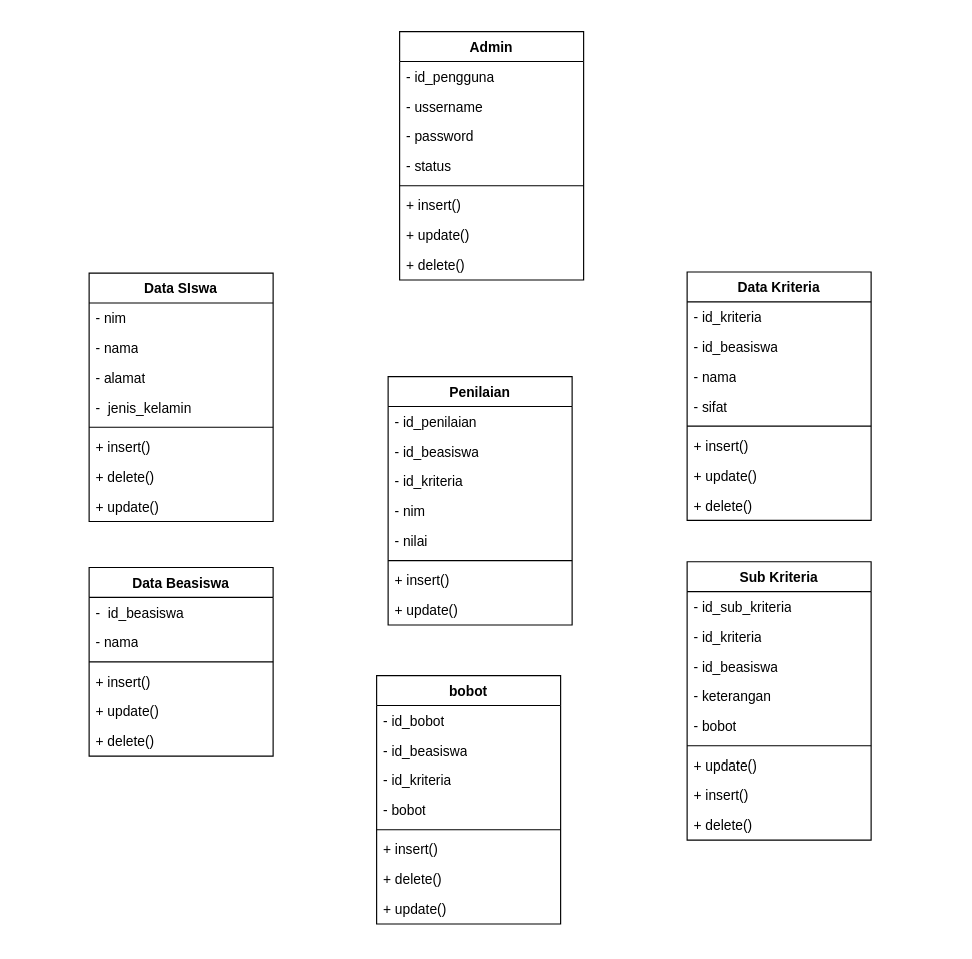
Before: Diagram Tanpa Judul.drawio in ocawidiahara/oca-web-pertama, a draw.io diagram. Source tidied: cells renumbered, new cells numbered last; positions are measured from the earlier drawing's top-left corner, leaving out a move shared by most shapes. Both pictures are drawn from the tidied source at 115%, with x=0, y=0 at pixel (89, 31).
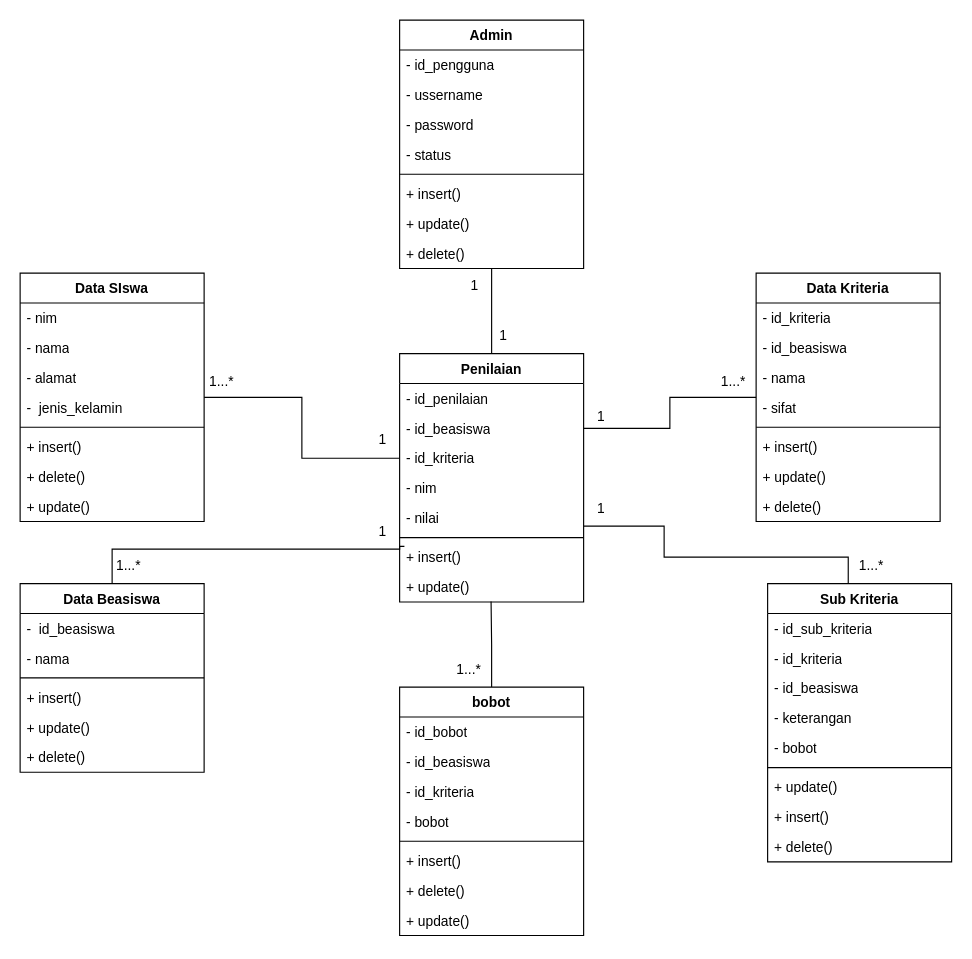
The same page after the edit.

The change refers to these unchanged cells:
```xml
<mxCell id="48" value="- id_beasiswa" style="text;strokeColor=none;fillColor=none;align=left;verticalAlign=top;spacingLeft=4;spacingRight=4;overflow=hidden;points=[[0,0.5],[1,0.5]];portConstraint=eastwest;whiteSpace=wrap;html=1;" parent="46" vertex="1">
  <mxGeometry y="52" width="160" height="26" as="geometry" />
</mxCell>
<mxCell id="49" value="- id_kriteria&amp;nbsp;" style="text;strokeColor=none;fillColor=none;align=left;verticalAlign=top;spacingLeft=4;spacingRight=4;overflow=hidden;points=[[0,0.5],[1,0.5]];portConstraint=eastwest;whiteSpace=wrap;html=1;" parent="46" vertex="1">
  <mxGeometry y="78" width="160" height="26" as="geometry" />
</mxCell>
<mxCell id="53" value="+ insert()" style="text;strokeColor=none;fillColor=none;align=left;verticalAlign=top;spacingLeft=4;spacingRight=4;overflow=hidden;points=[[0,0.5],[1,0.5]];portConstraint=eastwest;whiteSpace=wrap;html=1;" parent="46" vertex="1">
  <mxGeometry y="164" width="160" height="26" as="geometry" />
</mxCell>
<mxCell id="54" value="+ update()" style="text;strokeColor=none;fillColor=none;align=left;verticalAlign=top;spacingLeft=4;spacingRight=4;overflow=hidden;points=[[0,0.5],[1,0.5]];portConstraint=eastwest;whiteSpace=wrap;html=1;" parent="46" vertex="1">
  <mxGeometry y="190" width="160" height="26" as="geometry" />
</mxCell>
```

Change to the diagram source:
```diff
@@
+    <mxCell id="64" style="edgeStyle=orthogonalEdgeStyle;rounded=0;jettySize=auto;html=1;endArrow=none;startFill=0;" parent="1" edge="1" source="2" target="46">
+      <mxGeometry relative="1" as="geometry" />
+    </mxCell>
     <mxCell id="2" value="Admin" style="swimlane;fontStyle=1;align=center;verticalAlign=top;horizontal=1;startSize=26;whiteSpace=wrap;html=1;" parent="1" vertex="1">
-      <mxGeometry x="270" width="160" height="216" as="geometry" />
+      <mxGeometry x="270" y="-10" width="160" height="216" as="geometry" />
     </mxCell>
@@
+    <mxCell id="65" style="edgeStyle=orthogonalEdgeStyle;rounded=0;jettySize=auto;html=1;entryX=0.026;entryY=0.138;entryDx=0;entryDy=0;entryPerimeter=0;endArrow=none;startFill=0;" parent="1" edge="1" source="11" target="53">
+      <mxGeometry relative="1" as="geometry">
+        <Array as="points">
+          <mxPoint x="20" y="450" />
+          <mxPoint x="270" y="450" />
+          <mxPoint x="270" y="448" />
+        </Array>
+      </mxGeometry>
+    </mxCell>
     <mxCell id="11" value="Data Beasiswa" style="swimlane;fontStyle=1;align=center;verticalAlign=top;horizontal=1;startSize=26;whiteSpace=wrap;html=1;" parent="1" vertex="1">
-      <mxGeometry y="466" width="160" height="164" as="geometry" />
+      <mxGeometry x="-60" y="480" width="160" height="164" as="geometry" />
     </mxCell>
@@
+    <mxCell id="66" style="edgeStyle=orthogonalEdgeStyle;rounded=0;jettySize=auto;html=1;entryX=0;entryY=0.5;entryDx=0;entryDy=0;endArrow=none;startFill=0;" parent="1" edge="1" source="18" target="49">
+      <mxGeometry relative="1" as="geometry" />
+    </mxCell>
     <mxCell id="18" value="Data SIswa" style="swimlane;fontStyle=1;align=center;verticalAlign=top;horizontal=1;startSize=26;whiteSpace=wrap;html=1;" parent="1" vertex="1">
-      <mxGeometry y="210" width="160" height="216" as="geometry" />
+      <mxGeometry x="-60" y="210" width="160" height="216" as="geometry" />
     </mxCell>
@@
+    <mxCell id="67" style="edgeStyle=orthogonalEdgeStyle;rounded=0;jettySize=auto;html=1;entryX=1;entryY=0.5;entryDx=0;entryDy=0;endArrow=none;startFill=0;" parent="1" edge="1" source="27" target="48">
+      <mxGeometry relative="1" as="geometry" />
+    </mxCell>
     <mxCell id="27" value="Data Kriteria" style="swimlane;fontStyle=1;align=center;verticalAlign=top;horizontal=1;startSize=26;whiteSpace=wrap;html=1;" parent="1" vertex="1">
-      <mxGeometry x="520" y="209" width="160" height="216" as="geometry" />
+      <mxGeometry x="580" y="210" width="160" height="216" as="geometry" />
     </mxCell>
@@
+    <mxCell id="68" style="edgeStyle=orthogonalEdgeStyle;rounded=0;orthogonalLoop=1;jettySize=auto;html=1;entryX=1;entryY=0.5;entryDx=0;entryDy=0;endArrow=none;startFill=0;" parent="1" edge="1">
+      <mxGeometry relative="1" as="geometry">
+        <mxPoint x="660.1" y="487" as="sourcePoint" />
+        <mxPoint x="430" y="430" as="targetPoint" />
+        <Array as="points">
+          <mxPoint x="660" y="457" />
+          <mxPoint x="500" y="457" />
+          <mxPoint x="500" y="430" />
+        </Array>
+      </mxGeometry>
+    </mxCell>
     <mxCell id="36" value="Sub Kriteria" style="swimlane;fontStyle=1;align=center;verticalAlign=top;horizontal=1;startSize=26;whiteSpace=wrap;html=1;" parent="1" vertex="1">
-      <mxGeometry x="520" y="461" width="160" height="242" as="geometry" />
+      <mxGeometry x="590" y="480" width="160" height="242" as="geometry" />
     </mxCell>
@@
     <mxCell id="46" value="Penilaian" style="swimlane;fontStyle=1;align=center;verticalAlign=top;horizontal=1;startSize=26;whiteSpace=wrap;html=1;" parent="1" vertex="1">
-      <mxGeometry x="260" y="300" width="160" height="216" as="geometry" />
+      <mxGeometry x="270" y="280" width="160" height="216" as="geometry" />
     </mxCell>
@@
     <mxCell id="55" value="bobot" style="swimlane;fontStyle=1;align=center;verticalAlign=top;horizontal=1;startSize=26;whiteSpace=wrap;html=1;" parent="1" vertex="1">
-      <mxGeometry x="250" y="560" width="160" height="216" as="geometry" />
+      <mxGeometry x="270" y="570" width="160" height="216" as="geometry" />
     </mxCell>
@@
+    <mxCell id="69" style="edgeStyle=orthogonalEdgeStyle;rounded=0;jettySize=auto;html=1;entryX=0.497;entryY=0.984;entryDx=0;entryDy=0;entryPerimeter=0;endArrow=none;startFill=0;" parent="1" edge="1" source="55" target="54">
+      <mxGeometry relative="1" as="geometry" />
+    </mxCell>
+    <mxCell id="70" value="1" style="text;html=1;align=center;verticalAlign=middle;strokeColor=none;fillColor=none;" parent="1" vertex="1">
+      <mxGeometry x="345" y="250" width="30" height="30" as="geometry" />
+    </mxCell>
+    <mxCell id="71" value="1" style="text;html=1;align=center;verticalAlign=middle;strokeColor=none;fillColor=none;" parent="1" vertex="1">
+      <mxGeometry x="240" y="340" width="30" height="30" as="geometry" />
+    </mxCell>
+    <mxCell id="72" value="1...*" style="text;html=1;align=center;verticalAlign=middle;strokeColor=none;fillColor=none;" parent="1" vertex="1">
+      <mxGeometry x="95" y="290" width="40" height="30" as="geometry" />
+    </mxCell>
+    <mxCell id="73" value="1...*" style="text;html=1;align=center;verticalAlign=middle;strokeColor=none;fillColor=none;" parent="1" vertex="1">
+      <mxGeometry x="14" y="450" width="40" height="30" as="geometry" />
+    </mxCell>
+    <mxCell id="74" value="1" style="text;html=1;align=center;verticalAlign=middle;strokeColor=none;fillColor=none;" parent="1" vertex="1">
+      <mxGeometry x="240" y="420" width="30" height="30" as="geometry" />
+    </mxCell>
+    <mxCell id="75" value="1" style="text;html=1;align=center;verticalAlign=middle;strokeColor=none;fillColor=none;" parent="1" vertex="1">
+      <mxGeometry x="430" y="320" width="30" height="30" as="geometry" />
+    </mxCell>
+    <mxCell id="76" value="1" style="text;html=1;align=center;verticalAlign=middle;strokeColor=none;fillColor=none;" parent="1" vertex="1">
+      <mxGeometry x="430" y="400" width="30" height="30" as="geometry" />
+    </mxCell>
+    <mxCell id="77" value="1...*" style="text;html=1;align=center;verticalAlign=middle;strokeColor=none;fillColor=none;" parent="1" vertex="1">
+      <mxGeometry x="310" y="540" width="40" height="30" as="geometry" />
+    </mxCell>
+    <mxCell id="78" value="1...*" style="text;html=1;align=center;verticalAlign=middle;strokeColor=none;fillColor=none;" parent="1" vertex="1">
+      <mxGeometry x="660" y="450" width="40" height="30" as="geometry" />
+    </mxCell>
+    <mxCell id="79" value="1...*" style="text;html=1;align=center;verticalAlign=middle;strokeColor=none;fillColor=none;" parent="1" vertex="1">
+      <mxGeometry x="540" y="290" width="40" height="30" as="geometry" />
+    </mxCell>
+    <mxCell id="80" value="1" style="text;html=1;align=center;verticalAlign=middle;strokeColor=none;fillColor=none;" parent="1" vertex="1">
+      <mxGeometry x="320" y="206" width="30" height="30" as="geometry" />
+    </mxCell>
```
